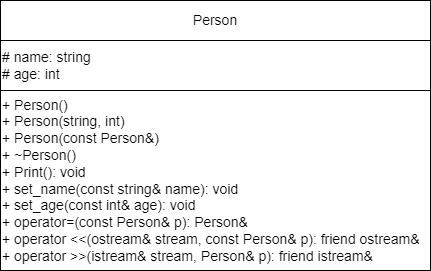
Earlier version of the draw.io export class_4/uml диаграмма.drawio.png (SonyAkb/Laboratory-works-for-the-2-semester). Source tidied: cells renumbered, new cells last; positions are measured from the earlier drawing's top-left corner, leaving out a move shared by most shapes.
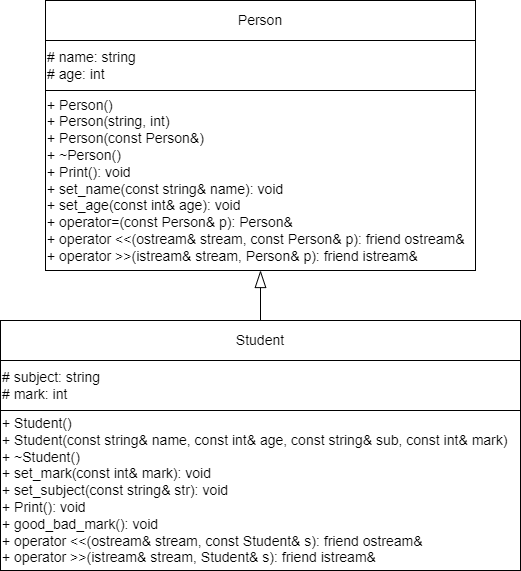
The same diagram one commit later.

Change to the diagram source:
```diff
@@ -11,5 +11,17 @@
     <mxCell id="4" value="# name: string&amp;nbsp;&lt;div style=&quot;&quot;&gt;&lt;span style=&quot;font-size: 14px; background-color: initial;&quot;&gt;#&amp;nbsp;&lt;/span&gt;&lt;span style=&quot;background-color: initial;&quot;&gt;age:&amp;nbsp;&lt;/span&gt;&lt;span style=&quot;background-color: initial;&quot;&gt;int&lt;/span&gt;&lt;span style=&quot;background-color: initial;&quot;&gt;&amp;nbsp;&lt;/span&gt;&lt;span style=&quot;background-color: initial;&quot;&gt;&amp;nbsp;&lt;/span&gt;&lt;/div&gt;" style="rounded=0;whiteSpace=wrap;html=1;fontSize=14;align=left;" parent="1" vertex="1">
       <mxGeometry y="40" width="430" height="50" as="geometry" />
     </mxCell>
+    <mxCell id="5" value="Student" style="rounded=0;whiteSpace=wrap;html=1;fontSize=14;align=center;" parent="1" vertex="1">
+      <mxGeometry x="-45" y="320" width="520" height="40" as="geometry" />
+    </mxCell>
+    <mxCell id="6" value="&lt;div style=&quot;font-size: 14px;&quot;&gt;+ Student()&lt;/div&gt;&lt;div style=&quot;font-size: 14px;&quot;&gt;+&amp;nbsp;Student(const string&amp;amp; name, const int&amp;amp; age, const string&amp;amp; sub, const int&amp;amp; mark)&lt;/div&gt;&lt;div style=&quot;&quot;&gt;+ ~Student()&lt;/div&gt;&lt;div style=&quot;&quot;&gt;+&amp;nbsp;&lt;span style=&quot;background-color: initial;&quot;&gt;set_mark(const int&amp;amp; mark):&amp;nbsp;&lt;/span&gt;&lt;span style=&quot;background-color: initial;&quot;&gt;void&lt;/span&gt;&lt;br style=&quot;font-size: 14px;&quot;&gt;&lt;/div&gt;&lt;div style=&quot;&quot;&gt;+&amp;nbsp;&lt;span style=&quot;background-color: initial;&quot;&gt;set_subject(const string&amp;amp; str):&amp;nbsp;&lt;/span&gt;&lt;span style=&quot;font-size: 14px; background-color: initial;&quot;&gt;void&lt;/span&gt;&lt;br&gt;&lt;/div&gt;&lt;div style=&quot;&quot;&gt;+&amp;nbsp;&lt;span style=&quot;background-color: initial;&quot;&gt;Print():&amp;nbsp;&lt;/span&gt;&lt;span style=&quot;background-color: initial;&quot;&gt;void&lt;/span&gt;&lt;span style=&quot;background-color: initial;&quot;&gt;&amp;nbsp;&lt;/span&gt;&lt;span style=&quot;font-size: 14px; background-color: initial;&quot;&gt;&lt;br&gt;&lt;/span&gt;&lt;/div&gt;&lt;div style=&quot;&quot;&gt;+&amp;nbsp;&lt;span style=&quot;background-color: initial;&quot;&gt;good_bad_mark():&amp;nbsp;&lt;/span&gt;&lt;span style=&quot;background-color: initial;&quot;&gt;void&lt;/span&gt;&lt;span style=&quot;background-color: initial;&quot;&gt;&amp;nbsp;&lt;/span&gt;&lt;/div&gt;&lt;div style=&quot;&quot;&gt;&lt;span style=&quot;background-color: initial;&quot;&gt;+&amp;nbsp;&lt;/span&gt;&lt;span style=&quot;background-color: initial;&quot;&gt;operator &amp;lt;&amp;lt;(ostream&amp;amp; stream, const Student&amp;amp; s):&amp;nbsp;&lt;/span&gt;&lt;span style=&quot;background-color: initial;&quot;&gt;friend ostream&amp;amp;&lt;/span&gt;&lt;span style=&quot;background-color: initial;&quot;&gt;&amp;nbsp;&lt;/span&gt;&lt;span style=&quot;background-color: initial;&quot;&gt;&lt;br&gt;&lt;/span&gt;&lt;/div&gt;&lt;div style=&quot;&quot;&gt;&lt;span style=&quot;background-color: initial;&quot;&gt;+&amp;nbsp;&lt;/span&gt;&lt;span style=&quot;background-color: initial;&quot;&gt;operator &amp;gt;&amp;gt;(istream&amp;amp; stream, Student&amp;amp; s):&amp;nbsp;&lt;/span&gt;&lt;span style=&quot;background-color: initial;&quot;&gt;friend istream&amp;amp;&lt;/span&gt;&lt;span style=&quot;background-color: initial;&quot;&gt;&amp;nbsp;&lt;/span&gt;&lt;/div&gt;" style="rounded=0;whiteSpace=wrap;html=1;fontSize=14;align=left;" parent="1" vertex="1">
+      <mxGeometry x="-45" y="410" width="520" height="160" as="geometry" />
+    </mxCell>
+    <mxCell id="7" value="# subject: string&amp;nbsp;&lt;div style=&quot;&quot;&gt;&lt;span style=&quot;font-size: 14px; background-color: initial;&quot;&gt;#&amp;nbsp;&lt;/span&gt;&lt;span style=&quot;background-color: initial;&quot;&gt;mark:&amp;nbsp;&lt;/span&gt;&lt;span style=&quot;background-color: initial;&quot;&gt;int&lt;/span&gt;&lt;span style=&quot;background-color: initial;&quot;&gt;&amp;nbsp;&lt;/span&gt;&lt;span style=&quot;background-color: initial;&quot;&gt;&amp;nbsp;&lt;/span&gt;&lt;/div&gt;" style="rounded=0;whiteSpace=wrap;html=1;fontSize=14;align=left;" parent="1" vertex="1">
+      <mxGeometry x="-45" y="360" width="520" height="50" as="geometry" />
+    </mxCell>
+    <mxCell id="8" style="endArrow=blockThin;html=1;rounded=0;exitX=0.5;exitY=0;exitDx=0;exitDy=0;entryX=0.5;entryY=1;entryDx=0;entryDy=0;endFill=0;endSize=15;startSize=7;targetPerimeterSpacing=1;curved=0;" parent="1" edge="1" source="5" target="3">
+      <mxGeometry relative="1" as="geometry" />
+    </mxCell>
   </root>
 </mxGraphModel>
```
